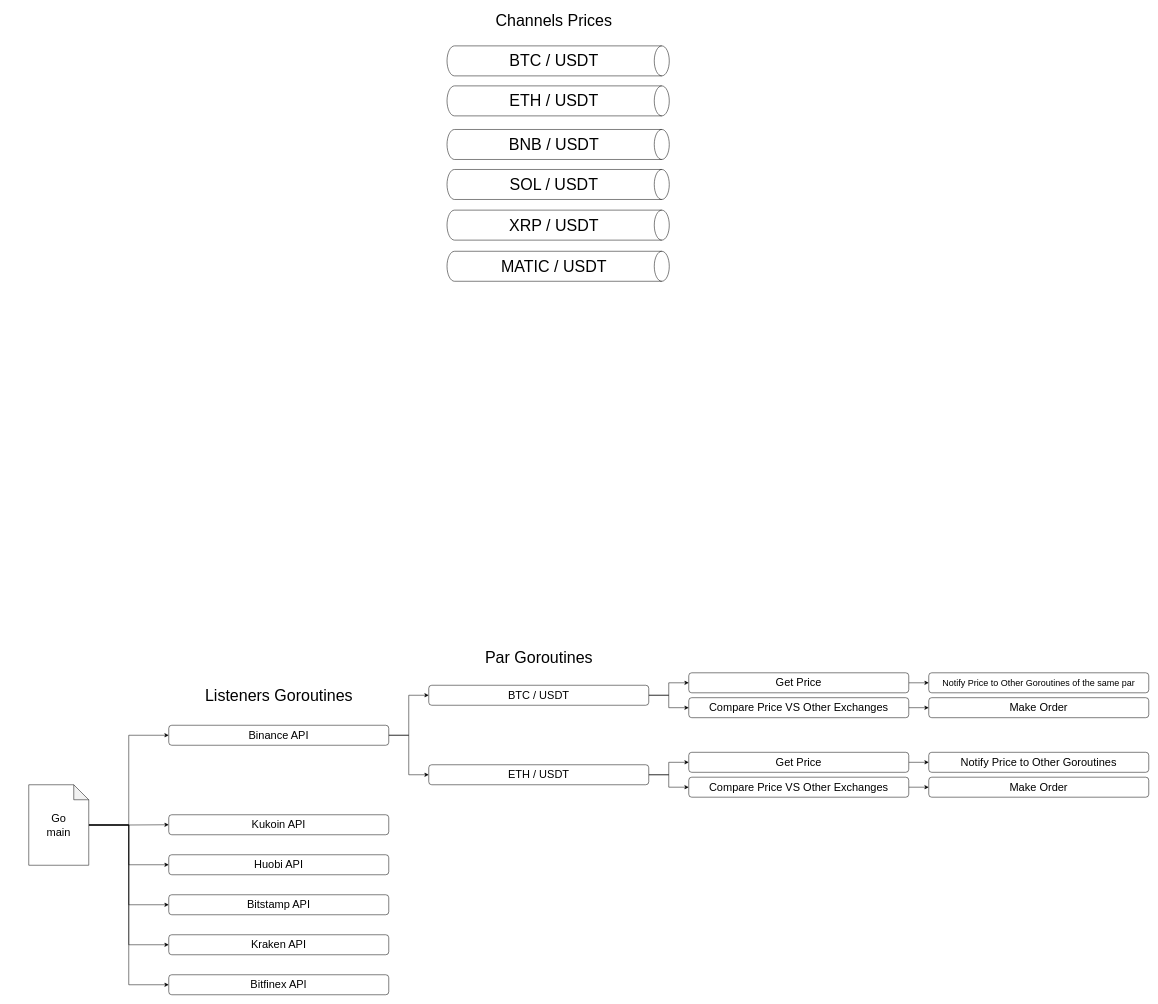
The draw.io diagram Diagram.drawio in facundocarballo/go-concurrency-arbitrage, before the edit. Source tidied: cells renumbered, new cells numbered last; positions are measured from the earlier drawing's top-left corner, leaving out a move shared by most shapes. Both pictures are drawn from the tidied source at 50%, with x=0, y=0 at pixel (28, -50).
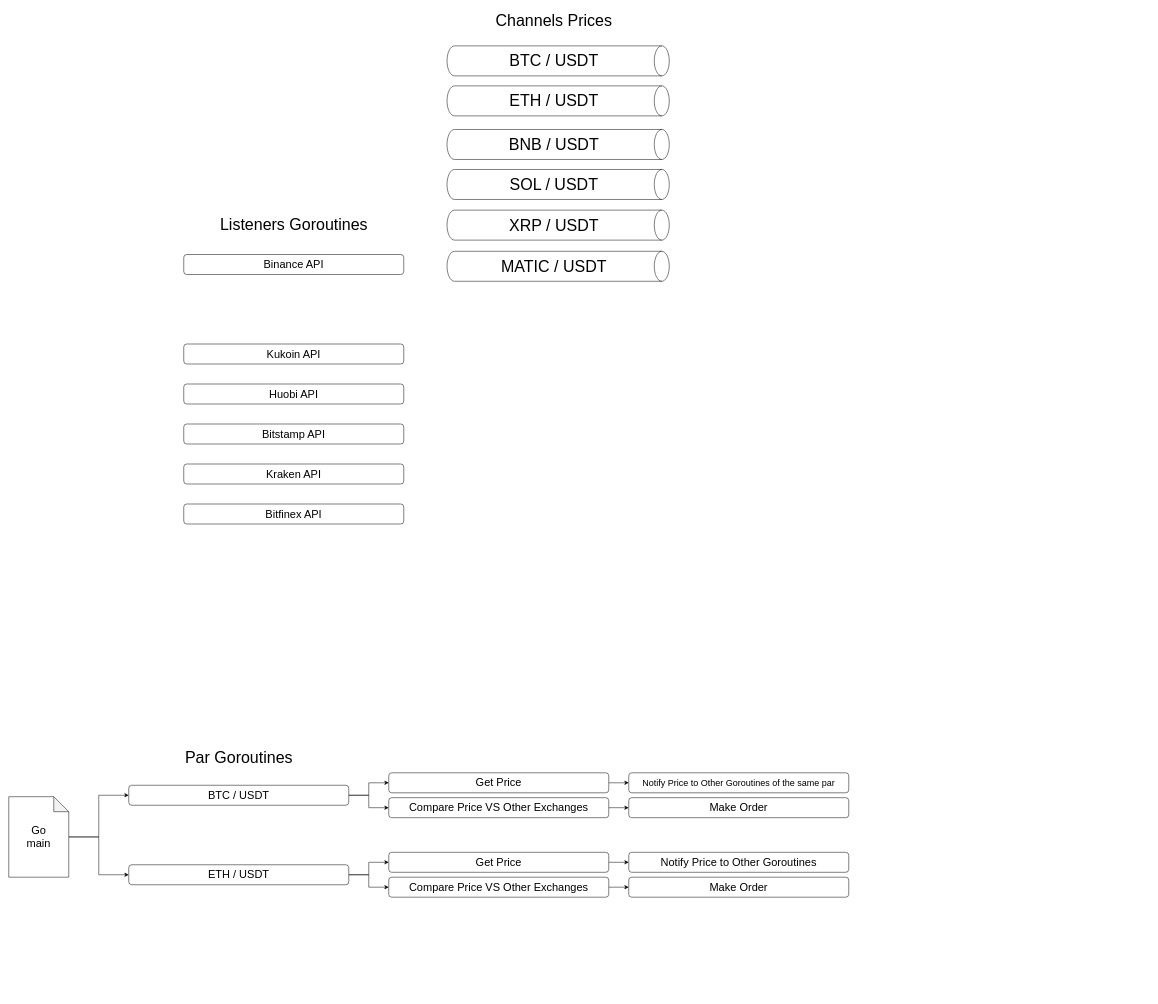
The same diagram, later.

Diff of the diagram source:
```diff
@@
-    <mxCell id="2" style="edgeStyle=orthogonalEdgeStyle;rounded=0;jettySize=auto;html=1;entryX=0;entryY=0.5;entryDx=0;entryDy=0;fontSize=32;" parent="1" edge="1" source="8" target="11">
-      <mxGeometry relative="1" as="geometry" />
-    </mxCell>
-    <mxCell id="3" style="edgeStyle=orthogonalEdgeStyle;rounded=0;jettySize=auto;html=1;entryX=0;entryY=0.5;entryDx=0;entryDy=0;fontSize=32;" parent="1" edge="1" source="8" target="13">
-      <mxGeometry relative="1" as="geometry" />
-    </mxCell>
-    <mxCell id="4" style="edgeStyle=orthogonalEdgeStyle;rounded=0;jettySize=auto;html=1;fontSize=32;" parent="1" edge="1" source="8" target="14">
-      <mxGeometry relative="1" as="geometry" />
-    </mxCell>
-    <mxCell id="5" style="edgeStyle=orthogonalEdgeStyle;rounded=0;jettySize=auto;html=1;fontSize=32;" parent="1" edge="1" source="8" target="15">
-      <mxGeometry relative="1" as="geometry">
-        <Array as="points">
-          <mxPoint x="200" y="1751" />
-          <mxPoint x="200" y="1910" />
-        </Array>
-      </mxGeometry>
-    </mxCell>
-    <mxCell id="6" style="edgeStyle=orthogonalEdgeStyle;rounded=0;jettySize=auto;html=1;entryX=0;entryY=0.5;entryDx=0;entryDy=0;fontSize=32;" parent="1" edge="1" source="8" target="16">
-      <mxGeometry relative="1" as="geometry" />
-    </mxCell>
-    <mxCell id="7" style="edgeStyle=orthogonalEdgeStyle;rounded=0;jettySize=auto;html=1;entryX=0;entryY=0.5;entryDx=0;entryDy=0;fontSize=32;" parent="1" edge="1" source="8" target="17">
-      <mxGeometry relative="1" as="geometry" />
-    </mxCell>
+    <mxCell id="50" style="edgeStyle=orthogonalEdgeStyle;rounded=0;jettySize=auto;html=1;entryX=0;entryY=0.5;entryDx=0;entryDy=0;fontSize=18;" parent="1" edge="1" source="8" target="39">
+      <mxGeometry relative="1" as="geometry" />
+    </mxCell>
+    <mxCell id="51" style="edgeStyle=orthogonalEdgeStyle;rounded=0;jettySize=auto;html=1;fontSize=18;" parent="1" edge="1" source="8" target="42">
+      <mxGeometry relative="1" as="geometry" />
+    </mxCell>
     <mxCell id="8" value="Go&lt;br style=&quot;font-size: 22px;&quot;&gt;main" style="shape=note;whiteSpace=wrap;html=1;backgroundOutline=1;darkOpacity=0.05;fontSize=22;" parent="1" vertex="1">
-      <mxGeometry y="1670" width="120" height="161" as="geometry" />
+      <mxGeometry x="-40" y="1693.9" width="120" height="161" as="geometry" />
     </mxCell>
-    <mxCell id="9" style="edgeStyle=orthogonalEdgeStyle;rounded=0;jettySize=auto;html=1;entryX=0;entryY=0.5;entryDx=0;entryDy=0;fontSize=32;" parent="1" edge="1" source="11" target="39">
-      <mxGeometry relative="1" as="geometry" />
-    </mxCell>
-    <mxCell id="10" style="edgeStyle=orthogonalEdgeStyle;rounded=0;jettySize=auto;html=1;entryX=0;entryY=0.5;entryDx=0;entryDy=0;fontSize=32;" parent="1" edge="1" source="11" target="42">
-      <mxGeometry relative="1" as="geometry" />
-    </mxCell>
     <mxCell id="11" value="Binance API" style="rounded=1;whiteSpace=wrap;html=1;fontSize=22;" parent="1" vertex="1">
-      <mxGeometry x="280" y="1551" width="440" height="40" as="geometry" />
+      <mxGeometry x="310" y="609.5" width="440" height="40" as="geometry" />
     </mxCell>
     <mxCell id="12" value="Listeners Goroutines" style="text;html=1;align=center;verticalAlign=middle;strokeColor=none;fillColor=none;fontSize=32;" parent="1" vertex="1">
-      <mxGeometry x="340" y="1466" width="320" height="50" as="geometry" />
+      <mxGeometry x="370" y="524.5" width="320" height="50" as="geometry" />
     </mxCell>
     <mxCell id="13" value="Kukoin API" style="rounded=1;whiteSpace=wrap;html=1;fontSize=22;" parent="1" vertex="1">
-      <mxGeometry x="280" y="1730" width="440" height="40" as="geometry" />
+      <mxGeometry x="310" y="788.5" width="440" height="40" as="geometry" />
     </mxCell>
     <mxCell id="14" value="Huobi API" style="rounded=1;whiteSpace=wrap;html=1;fontSize=22;" parent="1" vertex="1">
-      <mxGeometry x="280" y="1810" width="440" height="40" as="geometry" />
+      <mxGeometry x="310" y="868.5" width="440" height="40" as="geometry" />
     </mxCell>
     <mxCell id="15" value="Bitstamp API" style="rounded=1;whiteSpace=wrap;html=1;fontSize=22;" parent="1" vertex="1">
-      <mxGeometry x="280" y="1890" width="440" height="40" as="geometry" />
+      <mxGeometry x="310" y="948.5" width="440" height="40" as="geometry" />
     </mxCell>
     <mxCell id="16" value="Kraken API" style="rounded=1;whiteSpace=wrap;html=1;fontSize=22;" parent="1" vertex="1">
-      <mxGeometry x="280" y="1970" width="440" height="40" as="geometry" />
+      <mxGeometry x="310" y="1028.5" width="440" height="40" as="geometry" />
     </mxCell>
     <mxCell id="17" value="Bitfinex API" style="rounded=1;whiteSpace=wrap;html=1;fontSize=22;" parent="1" vertex="1">
-      <mxGeometry x="280" y="2050" width="440" height="40" as="geometry" />
+      <mxGeometry x="310" y="1108.5" width="440" height="40" as="geometry" />
     </mxCell>
@@
     <mxCell id="32" value="Get Price" style="rounded=1;whiteSpace=wrap;html=1;fontSize=22;" parent="1" vertex="1">
-      <mxGeometry x="1320" y="1446.1" width="440" height="40" as="geometry" />
+      <mxGeometry x="720" y="1646.1" width="440" height="40" as="geometry" />
     </mxCell>
@@
     <mxCell id="34" value="Compare Price VS Other Exchanges" style="rounded=1;whiteSpace=wrap;html=1;fontSize=22;" parent="1" vertex="1">
-      <mxGeometry x="1320" y="1495.9" width="440" height="40" as="geometry" />
+      <mxGeometry x="720" y="1695.9" width="440" height="40" as="geometry" />
     </mxCell>
     <mxCell id="35" value="Make Order" style="rounded=1;whiteSpace=wrap;html=1;fontSize=22;" parent="1" vertex="1">
-      <mxGeometry x="1800" y="1495.9" width="440" height="40" as="geometry" />
+      <mxGeometry x="1200" y="1695.9" width="440" height="40" as="geometry" />
     </mxCell>
     <mxCell id="36" value="Notify Price to Other Goroutines of the same par" style="rounded=1;whiteSpace=wrap;html=1;fontSize=18;" parent="1" vertex="1">
-      <mxGeometry x="1800" y="1446.1" width="440" height="40" as="geometry" />
+      <mxGeometry x="1200" y="1646.1" width="440" height="40" as="geometry" />
     </mxCell>
@@
     <mxCell id="39" value="BTC / USDT" style="rounded=1;whiteSpace=wrap;html=1;fontSize=22;" parent="1" vertex="1">
-      <mxGeometry x="800" y="1471" width="440" height="40" as="geometry" />
+      <mxGeometry x="200" y="1671" width="440" height="40" as="geometry" />
     </mxCell>
@@
     <mxCell id="42" value="ETH / USDT" style="rounded=1;whiteSpace=wrap;html=1;fontSize=22;" parent="1" vertex="1">
-      <mxGeometry x="800" y="1630" width="440" height="40" as="geometry" />
+      <mxGeometry x="200" y="1830" width="440" height="40" as="geometry" />
     </mxCell>
     <mxCell id="43" value="Par Goroutines" style="text;html=1;align=center;verticalAlign=middle;strokeColor=none;fillColor=none;fontSize=32;" parent="1" vertex="1">
-      <mxGeometry x="900" y="1390" width="240" height="50" as="geometry" />
+      <mxGeometry x="300" y="1590" width="240" height="50" as="geometry" />
     </mxCell>
@@
     <mxCell id="45" value="Get Price" style="rounded=1;whiteSpace=wrap;html=1;fontSize=22;" parent="1" vertex="1">
-      <mxGeometry x="1320" y="1605.1" width="440" height="40" as="geometry" />
+      <mxGeometry x="720" y="1805.1" width="440" height="40" as="geometry" />
     </mxCell>
@@
     <mxCell id="47" value="Compare Price VS Other Exchanges" style="rounded=1;whiteSpace=wrap;html=1;fontSize=22;" parent="1" vertex="1">
-      <mxGeometry x="1320" y="1654.9" width="440" height="40" as="geometry" />
+      <mxGeometry x="720" y="1854.9" width="440" height="40" as="geometry" />
     </mxCell>
     <mxCell id="48" value="Make Order" style="rounded=1;whiteSpace=wrap;html=1;fontSize=22;" parent="1" vertex="1">
-      <mxGeometry x="1800" y="1654.9" width="440" height="40" as="geometry" />
+      <mxGeometry x="1200" y="1854.9" width="440" height="40" as="geometry" />
     </mxCell>
     <mxCell id="49" value="Notify Price to Other Goroutines" style="rounded=1;whiteSpace=wrap;html=1;fontSize=22;" parent="1" vertex="1">
-      <mxGeometry x="1800" y="1605.1" width="440" height="40" as="geometry" />
+      <mxGeometry x="1200" y="1805.1" width="440" height="40" as="geometry" />
     </mxCell>
```
